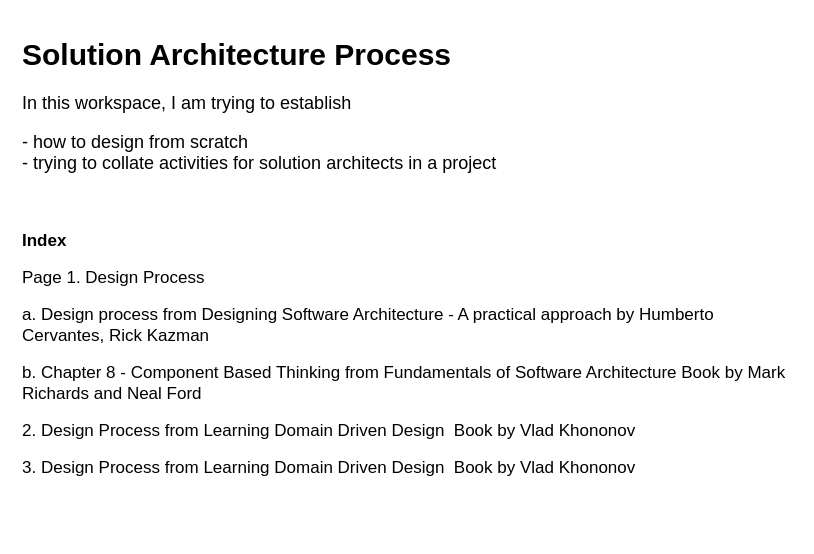
Earlier version of the draw.io diagram page "Index" (1 of 5) of SolutionArchitectureProcess.drawio (Gaur4vGaur/probable-octo). Source tidied: cells renumbered, new cells numbered last; positions are measured from the earlier drawing's top-left corner, leaving out a move shared by most shapes. Both pictures are drawn from the tidied source at 100%, with x=0, y=0 at pixel (17, 27).
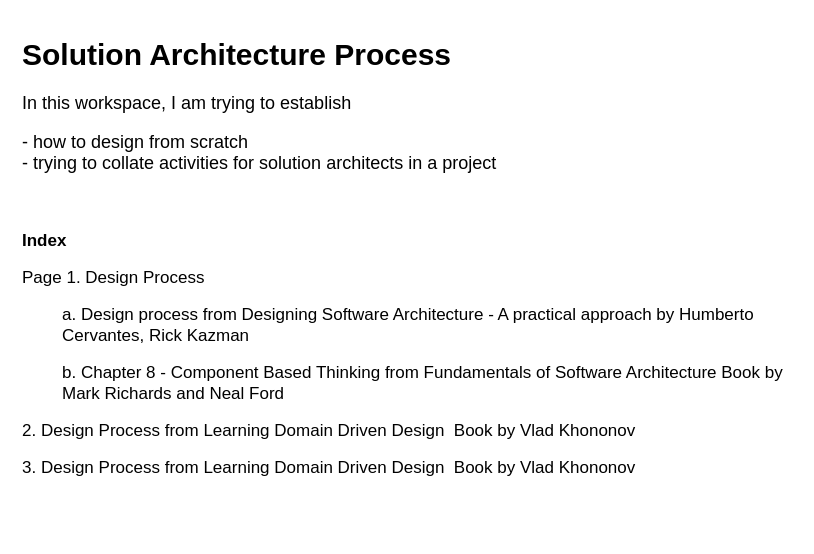
The same diagram, later.

What changed in the source:
```diff
@@
 <mxGraphModel>
   <root>
     <mxCell id="0" />
     <mxCell id="1" parent="0" />
-    <mxCell id="2" value="&lt;h1 style=&quot;font-size: 30px;&quot;&gt;&lt;font style=&quot;font-size: 30px;&quot;&gt;Solution Architecture Process&lt;/font&gt;&lt;/h1&gt;&lt;p style=&quot;&quot;&gt;&lt;font style=&quot;font-size: 18px;&quot;&gt;In this workspace, I am trying to establish&amp;nbsp;&lt;/font&gt;&lt;/p&gt;&lt;p style=&quot;font-size: 17px;&quot;&gt;&lt;font style=&quot;font-size: 18px;&quot;&gt;- how to design from scratch&lt;br&gt;- trying to collate activities for solution architects in a project&lt;/font&gt;&lt;/p&gt;&lt;p style=&quot;font-size: 17px;&quot;&gt;&lt;font style=&quot;font-size: 18px;&quot;&gt;&lt;br&gt;&lt;/font&gt;&lt;/p&gt;&lt;p style=&quot;font-size: 17px;&quot;&gt;&lt;b&gt;Index&lt;/b&gt;&lt;/p&gt;&lt;p style=&quot;font-size: 17px;&quot;&gt;Page 1. Design Process&amp;nbsp;&lt;/p&gt;&lt;p style=&quot;font-size: 17px;&quot;&gt;a. Design process from Designing Software Architecture - A practical approach by Humberto Cervantes, Rick Kazman&lt;/p&gt;&lt;p style=&quot;font-size: 17px;&quot;&gt;b. Chapter 8 - Component Based Thinking from Fundamentals of Software Architecture Book by Mark Richards and Neal Ford&lt;/p&gt;&lt;p style=&quot;font-size: 17px;&quot;&gt;2. Design Process from Learning Domain Driven Design&amp;nbsp;&amp;nbsp;Book by Vlad Khononov&lt;/p&gt;&lt;p style=&quot;font-size: 17px;&quot;&gt;3. Design Process from Learning Domain Driven Design&amp;nbsp;&amp;nbsp;Book by Vlad Khononov&lt;/p&gt;" style="text;html=1;strokeColor=none;fillColor=none;spacing=5;spacingTop=-20;whiteSpace=wrap;overflow=hidden;rounded=0;" parent="1" vertex="1">
+    <mxCell id="2" value="&lt;h1 style=&quot;font-size: 30px;&quot;&gt;&lt;font style=&quot;font-size: 30px;&quot;&gt;Solution Architecture Process&lt;/font&gt;&lt;/h1&gt;&lt;p style=&quot;&quot;&gt;&lt;font style=&quot;font-size: 18px;&quot;&gt;In this workspace, I am trying to establish&amp;nbsp;&lt;/font&gt;&lt;/p&gt;&lt;p style=&quot;font-size: 17px;&quot;&gt;&lt;font style=&quot;font-size: 18px;&quot;&gt;- how to design from scratch&lt;br&gt;- trying to collate activities for solution architects in a project&lt;/font&gt;&lt;/p&gt;&lt;p style=&quot;font-size: 17px;&quot;&gt;&lt;font style=&quot;font-size: 18px;&quot;&gt;&lt;br&gt;&lt;/font&gt;&lt;/p&gt;&lt;p style=&quot;font-size: 17px;&quot;&gt;&lt;b&gt;Index&lt;/b&gt;&lt;/p&gt;&lt;p style=&quot;font-size: 17px;&quot;&gt;Page 1. Design Process&amp;nbsp;&lt;/p&gt;&lt;blockquote style=&quot;margin: 0 0 0 40px; border: none; padding: 0px;&quot;&gt;&lt;p style=&quot;font-size: 17px;&quot;&gt;a. Design process from Designing Software Architecture - A practical approach by Humberto Cervantes, Rick Kazman&lt;/p&gt;&lt;/blockquote&gt;&lt;blockquote style=&quot;margin: 0 0 0 40px; border: none; padding: 0px;&quot;&gt;&lt;p style=&quot;font-size: 17px;&quot;&gt;b. Chapter 8 - Component Based Thinking from Fundamentals of Software Architecture Book by Mark Richards and Neal Ford&lt;/p&gt;&lt;/blockquote&gt;&lt;p style=&quot;font-size: 17px;&quot;&gt;2. Design Process from Learning Domain Driven Design&amp;nbsp;&amp;nbsp;Book by Vlad Khononov&lt;/p&gt;&lt;p style=&quot;font-size: 17px;&quot;&gt;3. Design Process from Learning Domain Driven Design&amp;nbsp;&amp;nbsp;Book by Vlad Khononov&lt;/p&gt;" style="text;html=1;strokeColor=none;fillColor=none;spacing=5;spacingTop=-20;whiteSpace=wrap;overflow=hidden;rounded=0;" parent="1" vertex="1">
       <mxGeometry width="780" height="510" as="geometry" />
     </mxCell>
   </root>
 </mxGraphModel>
```
